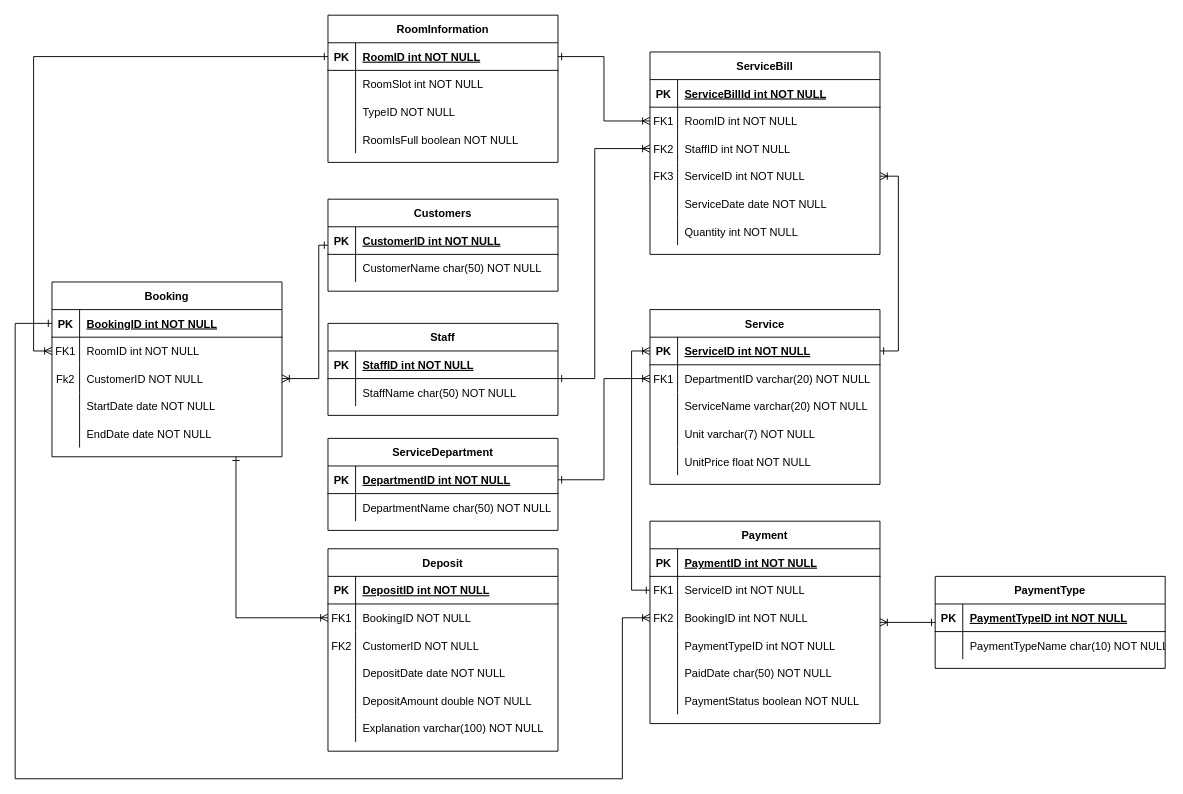
jonathanha52/SE104.L23.PMCL keeps this draw.io diagram as Diagram/Entity Relationship Diagram.drawio. Above is the earlier version. Source tidied: cells renumbered, new cells numbered last; positions are measured from the earlier drawing's top-left corner, leaving out a move shared by most shapes. Both pictures are drawn from the tidied source at 92%, with x=0, y=0 at pixel (15, 15).
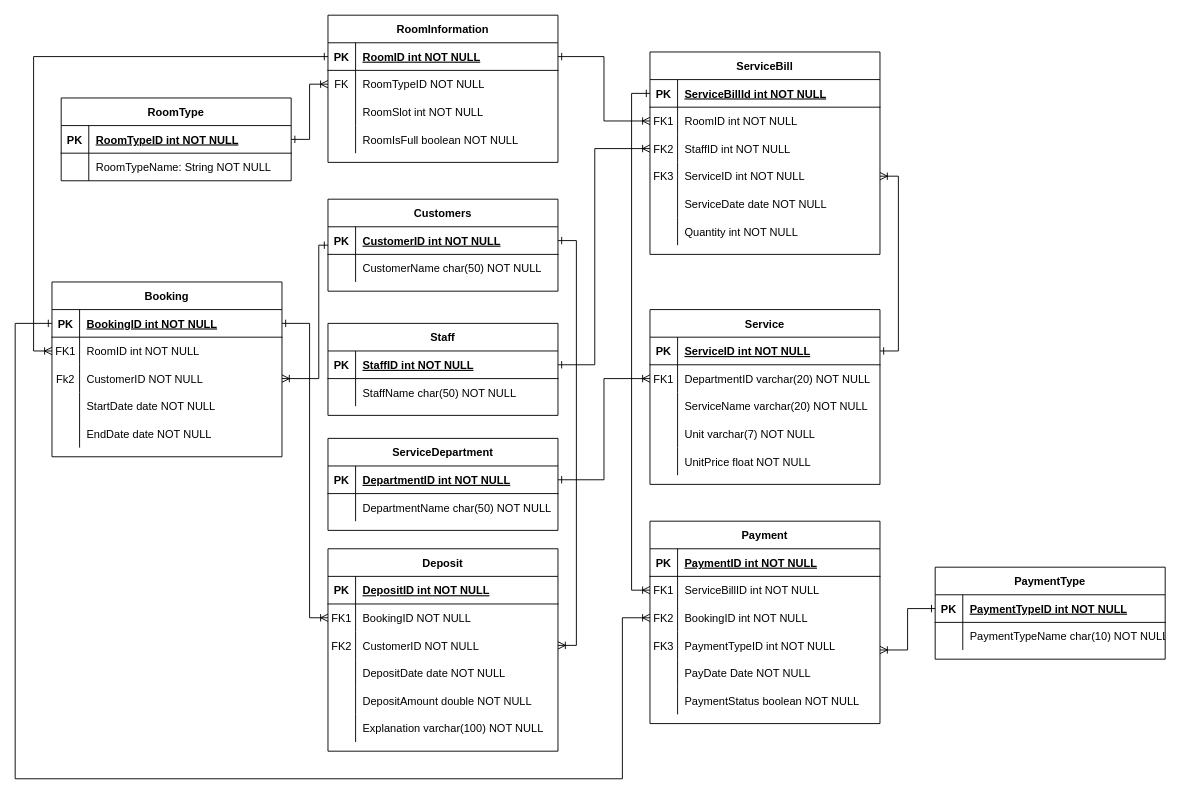
The same page after the edit.

Unchanged cells that the change refers to:
```xml
<mxCell id="4" style="shape=partialRectangle;fillColor=none;points=[[0,0.5],[1,0.5]];portConstraint=eastwest;top=0;left=0;right=0;bottom=1;" parent="3" vertex="1">
  <mxGeometry y="30" width="250" height="30" as="geometry" />
</mxCell>
<mxCell id="10" style="shape=partialRectangle;fillColor=none;points=[[0,0.5],[1,0.5]];portConstraint=eastwest;top=0;left=0;right=0;bottom=0;" parent="3" vertex="1">
  <mxGeometry y="90" width="250" height="30" as="geometry" />
</mxCell>
<mxCell id="23" style="shape=partialRectangle;fillColor=none;points=[[0,0.5],[1,0.5]];portConstraint=eastwest;top=0;left=0;right=0;bottom=1;" parent="22" vertex="1">
  <mxGeometry y="30" width="250" height="30" as="geometry" />
</mxCell>
<mxCell id="39" style="shape=partialRectangle;fillColor=none;points=[[0,0.5],[1,0.5]];portConstraint=eastwest;top=0;left=0;right=0;bottom=1;" parent="38" vertex="1">
  <mxGeometry y="30" width="250" height="30" as="geometry" />
</mxCell>
<mxCell id="46" style="shape=partialRectangle;fillColor=none;points=[[0,0.5],[1,0.5]];portConstraint=eastwest;top=0;left=0;right=0;bottom=1;" parent="45" vertex="1">
  <mxGeometry y="30" width="250" height="30" as="geometry" />
</mxCell>
<mxCell id="63" style="shape=partialRectangle;fillColor=none;points=[[0,0.5],[1,0.5]];portConstraint=eastwest;top=0;left=0;right=0;bottom=0;" parent="59" vertex="1">
  <mxGeometry y="60" width="250" height="30" as="geometry" />
</mxCell>
<mxCell id="66" style="shape=partialRectangle;fillColor=none;points=[[0,0.5],[1,0.5]];portConstraint=eastwest;top=0;left=0;right=0;bottom=0;" parent="59" vertex="1">
  <mxGeometry y="90" width="250" height="30" as="geometry" />
</mxCell>
<mxCell id="79" value="RoomInformation" style="shape=table;startSize=30;childLayout=tableLayout;rowLines=0;fontStyle=1;align=center;" parent="1" vertex="1">
  <mxGeometry x="340" width="250" height="160" as="geometry" />
</mxCell>
<mxCell id="93" value="Payment" style="shape=table;startSize=30;childLayout=tableLayout;rowLines=0;fontStyle=1;align=center;" parent="1" vertex="1">
  <mxGeometry x="690" y="550" width="250" height="220" as="geometry" />
</mxCell>
<mxCell id="97" style="shape=partialRectangle;fillColor=none;points=[[0,0.5],[1,0.5]];portConstraint=eastwest;top=0;left=0;right=0;bottom=0;" parent="93" vertex="1">
  <mxGeometry y="60" width="250" height="30" as="geometry" />
</mxCell>
<mxCell id="103" style="shape=partialRectangle;fillColor=none;top=0;left=0;right=0;bottom=0;" parent="93" vertex="1">
  <mxGeometry y="120" width="250" height="30" as="geometry" />
</mxCell>
<mxCell id="106" style="shape=partialRectangle;fillColor=none;top=0;left=0;right=0;bottom=0;" parent="93" vertex="1">
  <mxGeometry y="150" width="250" height="30" as="geometry" />
</mxCell>
<mxCell id="113" style="shape=partialRectangle;fillColor=none;points=[[0,0.5],[1,0.5]];portConstraint=eastwest;top=0;left=0;right=0;bottom=1;" parent="112" vertex="1">
  <mxGeometry y="30" width="250" height="30" as="geometry" />
</mxCell>
<mxCell id="123" value="Booking" style="shape=table;startSize=30;childLayout=tableLayout;rowLines=0;fontStyle=1;align=center;" parent="1" vertex="1">
  <mxGeometry x="40" y="290" width="250" height="190" as="geometry" />
</mxCell>
<mxCell id="124" style="shape=partialRectangle;fillColor=none;points=[[0,0.5],[1,0.5]];portConstraint=eastwest;top=0;left=0;right=0;bottom=1;" parent="123" vertex="1">
  <mxGeometry y="30" width="250" height="30" as="geometry" />
</mxCell>
```

What changed in the source:
```diff
@@
+    <mxCell id="86" style="shape=partialRectangle;fillColor=none;points=[[0,0.5],[1,0.5]];portConstraint=eastwest;top=0;left=0;right=0;bottom=0;" parent="79" vertex="1">
+      <mxGeometry y="60" width="250" height="30" as="geometry" />
+    </mxCell>
+    <mxCell id="87" value="FK" style="shape=partialRectangle;overflow=hidden;fillColor=none;top=0;left=0;bottom=0;right=0;" parent="86" vertex="1">
+      <mxGeometry width="30" height="30" as="geometry" />
+    </mxCell>
+    <mxCell id="88" value="RoomTypeID NOT NULL" style="shape=partialRectangle;overflow=hidden;fillColor=none;top=0;left=0;bottom=0;right=0;align=left;spacingLeft=6;" parent="86" vertex="1">
+      <mxGeometry x="30" width="220" height="30" as="geometry" />
+    </mxCell>
     <mxCell id="83" style="shape=partialRectangle;fillColor=none;top=0;left=0;right=0;bottom=0;" parent="79" vertex="1">
-      <mxGeometry y="60" width="250" height="30" as="geometry" />
+      <mxGeometry y="90" width="250" height="30" as="geometry" />
     </mxCell>
@@
-    <mxCell id="86" style="shape=partialRectangle;fillColor=none;points=[[0,0.5],[1,0.5]];portConstraint=eastwest;top=0;left=0;right=0;bottom=0;" parent="79" vertex="1">
-      <mxGeometry y="90" width="250" height="30" as="geometry" />
-    </mxCell>
-    <mxCell id="87" style="shape=partialRectangle;overflow=hidden;fillColor=none;top=0;left=0;bottom=0;right=0;" parent="86" vertex="1">
-      <mxGeometry width="30" height="30" as="geometry" />
-    </mxCell>
-    <mxCell id="88" value="TypeID NOT NULL" style="shape=partialRectangle;overflow=hidden;fillColor=none;top=0;left=0;bottom=0;right=0;align=left;spacingLeft=6;" parent="86" vertex="1">
-      <mxGeometry x="30" width="220" height="30" as="geometry" />
-    </mxCell>
@@
-    <mxCell id="92" style="edgeStyle=orthogonalEdgeStyle;rounded=0;jettySize=auto;html=1;startArrow=ERoneToMany;startFill=0;endArrow=ERone;endFill=0;" parent="1" edge="1" source="93" target="112">
-      <mxGeometry relative="1" as="geometry" />
+    <mxCell id="92" style="edgeStyle=orthogonalEdgeStyle;rounded=0;jettySize=auto;html=1;startArrow=ERoneToMany;startFill=0;endArrow=ERone;endFill=0;entryX=0;entryY=0.5;entryDx=0;entryDy=0;" parent="1" edge="1" source="93" target="113">
+      <mxGeometry relative="1" as="geometry">
+        <Array as="points">
+          <mxPoint x="970" y="690" />
+          <mxPoint x="970" y="645" />
+        </Array>
+      </mxGeometry>
     </mxCell>
@@
-    <mxCell id="99" value="ServiceID int NOT NULL" style="shape=partialRectangle;overflow=hidden;fillColor=none;top=0;left=0;bottom=0;right=0;align=left;spacingLeft=6;" parent="97" vertex="1">
+    <mxCell id="99" value="ServiceBillID int NOT NULL" style="shape=partialRectangle;overflow=hidden;fillColor=none;top=0;left=0;bottom=0;right=0;align=left;spacingLeft=6;" parent="97" vertex="1">
       <mxGeometry x="30" width="220" height="30" as="geometry" />
     </mxCell>
@@
-    <mxCell id="104" style="shape=partialRectangle;overflow=hidden;fillColor=none;top=0;left=0;bottom=0;right=0;" parent="103" vertex="1">
+    <mxCell id="104" value="FK3" style="shape=partialRectangle;overflow=hidden;fillColor=none;top=0;left=0;bottom=0;right=0;" parent="103" vertex="1">
       <mxGeometry width="30" height="30" as="geometry" />
     </mxCell>
@@
-    <mxCell id="108" value="PaidDate char(50) NOT NULL" style="shape=partialRectangle;overflow=hidden;fillColor=none;top=0;left=0;bottom=0;right=0;align=left;spacingLeft=6;" parent="106" vertex="1">
+    <mxCell id="108" value="PayDate Date NOT NULL" style="shape=partialRectangle;overflow=hidden;fillColor=none;top=0;left=0;bottom=0;right=0;align=left;spacingLeft=6;" parent="106" vertex="1">
       <mxGeometry x="30" width="220" height="30" as="geometry" />
     </mxCell>
@@
     <mxCell id="112" value="PaymentType" style="shape=table;startSize=30;childLayout=tableLayout;rowLines=0;fontStyle=1;align=center;" parent="1" vertex="1">
-      <mxGeometry x="1000" y="610" width="250" height="100" as="geometry" />
+      <mxGeometry x="1000" y="600" width="250" height="100" as="geometry" />
     </mxCell>
@@
-    <mxCell id="119" style="edgeStyle=orthogonalEdgeStyle;rounded=0;jettySize=auto;html=1;startArrow=ERoneToMany;startFill=0;endArrow=ERone;endFill=0;" parent="1" edge="1" source="63" target="123">
+    <mxCell id="119" style="edgeStyle=orthogonalEdgeStyle;rounded=0;jettySize=auto;html=1;startArrow=ERoneToMany;startFill=0;endArrow=ERone;endFill=0;entryX=1;entryY=0.5;entryDx=0;entryDy=0;" parent="1" edge="1" source="63" target="124">
       <mxGeometry relative="1" as="geometry">
         <Array as="points">
-          <mxPoint x="240" y="655" />
+          <mxPoint x="320" y="655" />
+          <mxPoint x="320" y="335" />
         </Array>
       </mxGeometry>
     </mxCell>
-    <mxCell id="120" style="edgeStyle=orthogonalEdgeStyle;rounded=0;jettySize=auto;html=1;startArrow=ERoneToMany;startFill=0;endArrow=ERone;endFill=0;" parent="1" edge="1" source="23" target="97">
+    <mxCell id="120" style="edgeStyle=orthogonalEdgeStyle;rounded=0;jettySize=auto;html=1;startArrow=ERone;startFill=0;endArrow=ERoneToMany;endFill=0;exitX=0;exitY=0.5;exitDx=0;exitDy=0;" parent="1" edge="1" source="4" target="97">
       <mxGeometry relative="1" as="geometry">
         <Array as="points">
-          <mxPoint x="670" y="365" />
+          <mxPoint x="670" y="85" />
           <mxPoint x="670" y="625" />
         </Array>
       </mxGeometry>
     </mxCell>
@@
     <mxCell id="122" style="edgeStyle=orthogonalEdgeStyle;rounded=0;jettySize=auto;html=1;startArrow=ERone;startFill=0;endArrow=ERoneToMany;endFill=0;" parent="1" edge="1" source="46" target="10">
       <mxGeometry relative="1" as="geometry">
         <Array as="points">
-          <mxPoint x="630" y="395" />
+          <mxPoint x="630" y="380" />
           <mxPoint x="630" y="145" />
         </Array>
       </mxGeometry>
     </mxCell>
@@
+    <mxCell id="142" style="edgeStyle=orthogonalEdgeStyle;rounded=0;jettySize=auto;html=1;entryX=1;entryY=0.5;entryDx=0;entryDy=0;startArrow=ERone;startFill=0;endArrow=ERoneToMany;endFill=0;" parent="1" edge="1" source="39" target="66">
+      <mxGeometry relative="1" as="geometry">
+        <Array as="points">
+          <mxPoint x="610" y="245" />
+          <mxPoint x="610" y="685" />
+        </Array>
+      </mxGeometry>
+    </mxCell>
+    <mxCell id="143" value="RoomType" style="shape=table;startSize=30;childLayout=tableLayout;rowLines=0;fontStyle=1;align=center;" parent="1" vertex="1">
+      <mxGeometry x="50" y="90" width="250" height="90" as="geometry" />
+    </mxCell>
+    <mxCell id="144" style="shape=partialRectangle;fillColor=none;points=[[0,0.5],[1,0.5]];portConstraint=eastwest;top=0;left=0;right=0;bottom=1;" parent="143" vertex="1">
+      <mxGeometry y="30" width="250" height="30" as="geometry" />
+    </mxCell>
+    <mxCell id="145" value="PK" style="shape=partialRectangle;overflow=hidden;fillColor=none;top=0;left=0;bottom=0;right=0;fontStyle=1;" parent="144" vertex="1">
+      <mxGeometry width="30" height="30" as="geometry" />
+    </mxCell>
+    <mxCell id="146" value="RoomTypeID int NOT NULL " style="shape=partialRectangle;overflow=hidden;fillColor=none;top=0;left=0;bottom=0;right=0;align=left;spacingLeft=6;fontStyle=5;" parent="144" vertex="1">
+      <mxGeometry x="30" width="220" height="30" as="geometry" />
+    </mxCell>
+    <mxCell id="147" style="shape=partialRectangle;fillColor=none;top=0;left=0;right=0;bottom=0;" parent="143" vertex="1">
+      <mxGeometry y="60" width="250" height="30" as="geometry" />
+    </mxCell>
+    <mxCell id="148" style="shape=partialRectangle;overflow=hidden;fillColor=none;top=0;left=0;bottom=0;right=0;" parent="147" vertex="1">
+      <mxGeometry width="30" height="30" as="geometry" />
+    </mxCell>
+    <mxCell id="149" value="RoomTypeName: String NOT NULL" style="shape=partialRectangle;overflow=hidden;fillColor=none;top=0;left=0;bottom=0;right=0;align=left;spacingLeft=6;" parent="147" vertex="1">
+      <mxGeometry x="30" width="220" height="30" as="geometry" />
+    </mxCell>
+    <mxCell id="150" style="edgeStyle=orthogonalEdgeStyle;rounded=0;jettySize=auto;html=1;startArrow=ERone;startFill=0;endArrow=ERoneToMany;endFill=0;" parent="1" edge="1" source="144" target="86">
+      <mxGeometry relative="1" as="geometry" />
+    </mxCell>
```
